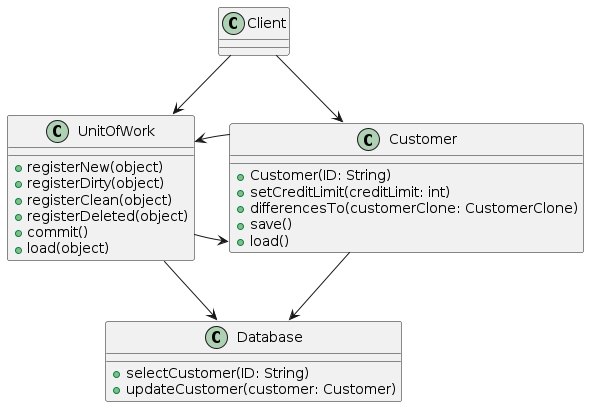
Earlier version of the PlantUML export APS/images/unit-of-work/ControllerClass.png (frefolli/bicocca-appunti). Source of this version:
```plantuml
@startuml

class Client

class Customer {
    + Customer(ID: String)
    + setCreditLimit(creditLimit: int)
    + differencesTo(customerClone: CustomerClone)
    + save()
    + load()
}

class Database {
    + selectCustomer(ID: String)
    + updateCustomer(customer: Customer)
}

class UnitOfWork {
    + registerNew(object)
    + registerDirty(object)
    + registerClean(object)
    + registerDeleted(object)
    + commit()
    + load(object)
}

Client -down-> Customer
Client -down-> UnitOfWork
UnitOfWork -right-> Customer
Customer -left-> UnitOfWork
Customer -down-> Database
UnitOfWork -down-> Database

@enduml
```
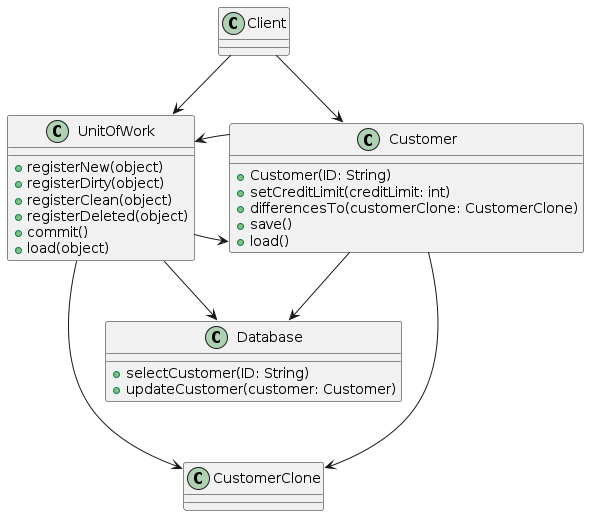
Above is the later version.

Commit message:
forgot CustomerClone

Diff of the diagram source:
```diff
@@ -30,5 +30,7 @@
 Customer -left-> UnitOfWork
 Customer -down-> Database
 UnitOfWork -down-> Database
+UnitOfWork ---> CustomerClone
+Customer ---> CustomerClone
 
 @enduml
```
